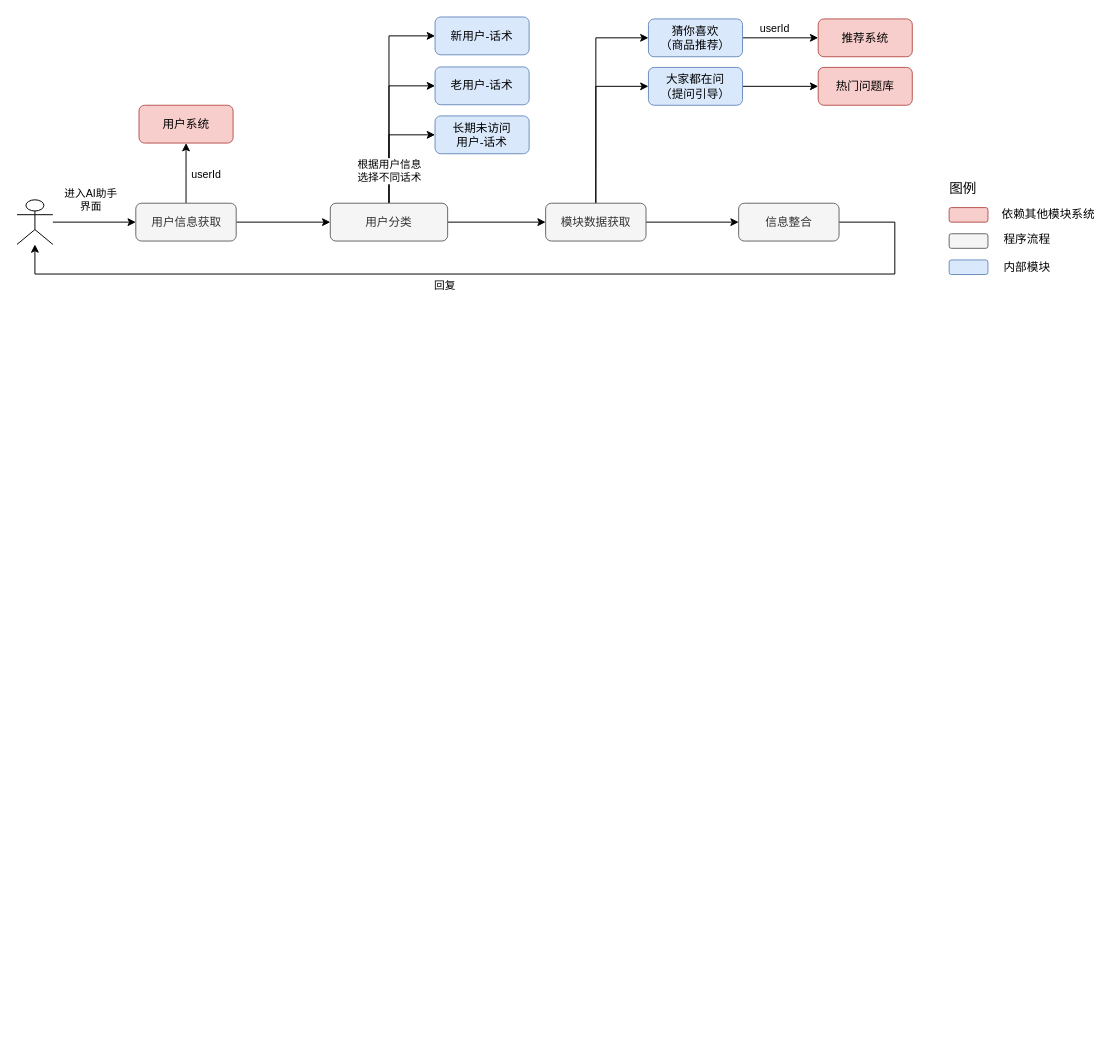
The draw.io diagram page "购物助手" (2 of 2) of AI虚拟电商导购.drawio in joeylin/draw.io, before the edit. Source tidied: cells renumbered, new cells numbered last; positions are measured from the earlier drawing's top-left corner, leaving out a move shared by most shapes. Both pictures are drawn from the tidied source at 97%, with x=0, y=0 at pixel (16, 16).
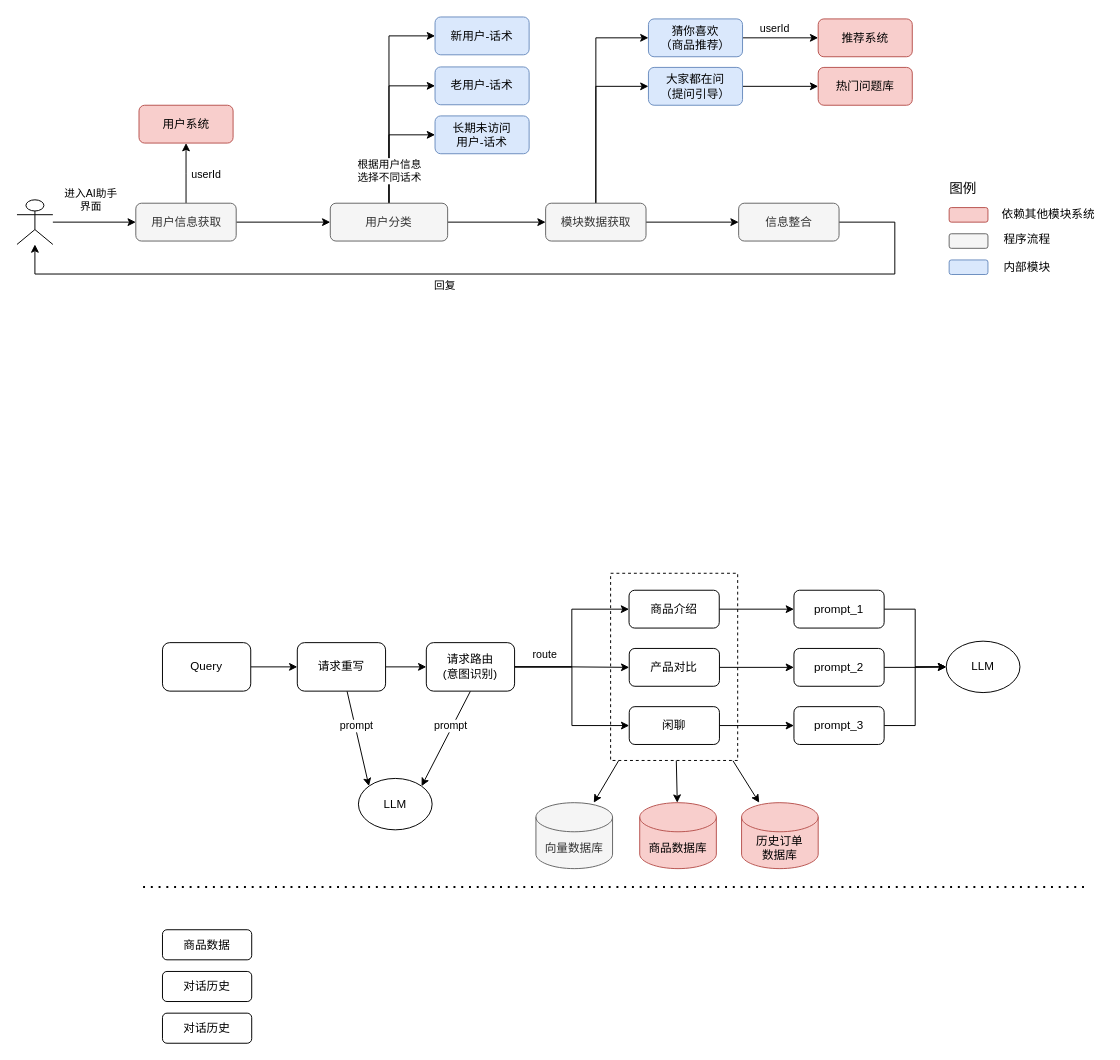
The same diagram, later.

Commit message:
更新AI虚拟电商导购.drawio

What changed in the source:
```diff
@@
+    <mxCell id="40" style="rounded=0;jettySize=auto;html=1;" parent="1" edge="1" source="43" target="67">
+      <mxGeometry relative="1" as="geometry" />
+    </mxCell>
+    <mxCell id="41" style="rounded=0;jettySize=auto;html=1;" parent="1" edge="1" source="43" target="68">
+      <mxGeometry relative="1" as="geometry" />
+    </mxCell>
+    <mxCell id="42" style="rounded=0;jettySize=auto;html=1;" parent="1" edge="1" source="43" target="73">
+      <mxGeometry relative="1" as="geometry" />
+    </mxCell>
+    <mxCell id="43" style="rounded=0;whiteSpace=wrap;html=1;dashed=1;" parent="1" vertex="1">
+      <mxGeometry x="612" y="573.5" width="131" height="193" as="geometry" />
+    </mxCell>
@@
+    <mxCell id="44" style="edgeStyle=orthogonalEdgeStyle;rounded=0;jettySize=auto;html=1;entryX=0;entryY=0.5;entryDx=0;entryDy=0;" parent="1" edge="1" source="47" target="54">
+      <mxGeometry relative="1" as="geometry" />
+    </mxCell>
+    <mxCell id="45" style="rounded=0;jettySize=auto;html=1;entryX=0;entryY=0;entryDx=0;entryDy=0;" parent="1" edge="1" source="47" target="72">
+      <mxGeometry relative="1" as="geometry" />
+    </mxCell>
+    <mxCell id="46" value="prompt" style="edgeLabel;html=1;align=center;verticalAlign=middle;" parent="45" vertex="1">
+      <mxGeometry x="-0.26" y="1" relative="1" as="geometry" />
+    </mxCell>
+    <mxCell id="47" value="请求重写" style="rounded=1;whiteSpace=wrap;html=1;" parent="1" vertex="1">
+      <mxGeometry x="289" y="645" width="91" height="50" as="geometry" />
+    </mxCell>
+    <mxCell id="48" style="edgeStyle=orthogonalEdgeStyle;rounded=0;jettySize=auto;html=1;entryX=0;entryY=0.5;entryDx=0;entryDy=0;" parent="1" edge="1" source="54" target="56">
+      <mxGeometry relative="1" as="geometry" />
+    </mxCell>
+    <mxCell id="49" style="edgeStyle=orthogonalEdgeStyle;rounded=0;jettySize=auto;html=1;entryX=0;entryY=0.5;entryDx=0;entryDy=0;" parent="1" edge="1" source="54" target="58">
+      <mxGeometry relative="1" as="geometry" />
+    </mxCell>
+    <mxCell id="50" style="edgeStyle=orthogonalEdgeStyle;rounded=0;jettySize=auto;html=1;entryX=0;entryY=0.5;entryDx=0;entryDy=0;" parent="1" edge="1" source="54" target="60">
+      <mxGeometry relative="1" as="geometry" />
+    </mxCell>
+    <mxCell id="51" value="route" style="edgeLabel;html=1;align=center;verticalAlign=middle;" parent="50" vertex="1">
+      <mxGeometry x="-0.65" y="2" relative="1" as="geometry">
+        <mxPoint x="-1" y="-12" as="offset" />
+      </mxGeometry>
+    </mxCell>
+    <mxCell id="52" style="rounded=0;jettySize=auto;html=1;entryX=1;entryY=0;entryDx=0;entryDy=0;exitX=0.5;exitY=1;exitDx=0;exitDy=0;" parent="1" edge="1" source="54" target="72">
+      <mxGeometry relative="1" as="geometry" />
+    </mxCell>
+    <mxCell id="53" value="prompt" style="edgeLabel;html=1;align=center;verticalAlign=middle;" parent="52" vertex="1">
+      <mxGeometry x="-0.25" y="-2" relative="1" as="geometry" />
+    </mxCell>
+    <mxCell id="54" value="请求路由&lt;br&gt;(意图识别)" style="rounded=1;whiteSpace=wrap;html=1;" parent="1" vertex="1">
+      <mxGeometry x="422" y="645" width="91" height="50" as="geometry" />
+    </mxCell>
+    <mxCell id="55" style="edgeStyle=orthogonalEdgeStyle;rounded=0;jettySize=auto;html=1;entryX=0;entryY=0.5;entryDx=0;entryDy=0;" parent="1" edge="1" source="56" target="62">
+      <mxGeometry relative="1" as="geometry" />
+    </mxCell>
+    <mxCell id="56" value="商品介绍" style="rounded=1;whiteSpace=wrap;html=1;" parent="1" vertex="1">
+      <mxGeometry x="631" y="591" width="93" height="39" as="geometry" />
+    </mxCell>
+    <mxCell id="57" style="edgeStyle=orthogonalEdgeStyle;rounded=0;jettySize=auto;html=1;entryX=0;entryY=0.5;entryDx=0;entryDy=0;" parent="1" edge="1" source="58" target="64">
+      <mxGeometry relative="1" as="geometry" />
+    </mxCell>
+    <mxCell id="58" value="产品对比" style="rounded=1;whiteSpace=wrap;html=1;" parent="1" vertex="1">
+      <mxGeometry x="631.2" y="651" width="93" height="39" as="geometry" />
+    </mxCell>
+    <mxCell id="59" style="edgeStyle=orthogonalEdgeStyle;rounded=0;jettySize=auto;html=1;entryX=0;entryY=0.5;entryDx=0;entryDy=0;" parent="1" edge="1" source="60" target="70">
+      <mxGeometry relative="1" as="geometry" />
+    </mxCell>
+    <mxCell id="60" value="闲聊" style="rounded=1;whiteSpace=wrap;html=1;" parent="1" vertex="1">
+      <mxGeometry x="631.2" y="711" width="93" height="39" as="geometry" />
+    </mxCell>
+    <mxCell id="61" style="edgeStyle=orthogonalEdgeStyle;rounded=0;jettySize=auto;html=1;entryX=0;entryY=0.5;entryDx=0;entryDy=0;" parent="1" edge="1" source="62" target="71">
+      <mxGeometry relative="1" as="geometry" />
+    </mxCell>
+    <mxCell id="62" value="prompt_1" style="rounded=1;whiteSpace=wrap;html=1;" parent="1" vertex="1">
+      <mxGeometry x="801" y="591" width="93" height="39" as="geometry" />
+    </mxCell>
+    <mxCell id="63" style="edgeStyle=orthogonalEdgeStyle;rounded=0;jettySize=auto;html=1;entryX=0;entryY=0.5;entryDx=0;entryDy=0;" parent="1" edge="1" source="64" target="71">
+      <mxGeometry relative="1" as="geometry" />
+    </mxCell>
+    <mxCell id="64" value="prompt_2" style="rounded=1;whiteSpace=wrap;html=1;" parent="1" vertex="1">
+      <mxGeometry x="801" y="651" width="93" height="39" as="geometry" />
+    </mxCell>
+    <mxCell id="65" style="edgeStyle=orthogonalEdgeStyle;rounded=0;jettySize=auto;html=1;" parent="1" edge="1" source="66" target="47">
+      <mxGeometry relative="1" as="geometry" />
+    </mxCell>
+    <mxCell id="66" value="Query" style="rounded=1;whiteSpace=wrap;html=1;" parent="1" vertex="1">
+      <mxGeometry x="150" y="645" width="91" height="50" as="geometry" />
+    </mxCell>
+    <mxCell id="67" value="商品数据库" style="shape=cylinder3;whiteSpace=wrap;html=1;boundedLbl=1;backgroundOutline=1;size=15;fillColor=#f8cecc;strokeColor=#b85450;" parent="1" vertex="1">
+      <mxGeometry x="642" y="810" width="79" height="68" as="geometry" />
+    </mxCell>
+    <mxCell id="68" value="历史订单&lt;div&gt;数据库&lt;/div&gt;" style="shape=cylinder3;whiteSpace=wrap;html=1;boundedLbl=1;backgroundOutline=1;size=15;fillColor=#f8cecc;strokeColor=#b85450;" parent="1" vertex="1">
+      <mxGeometry x="747" y="810" width="79" height="68" as="geometry" />
+    </mxCell>
+    <mxCell id="69" style="edgeStyle=orthogonalEdgeStyle;rounded=0;jettySize=auto;html=1;entryX=0;entryY=0.5;entryDx=0;entryDy=0;" parent="1" edge="1" source="70" target="71">
+      <mxGeometry relative="1" as="geometry" />
+    </mxCell>
+    <mxCell id="70" value="prompt_3" style="rounded=1;whiteSpace=wrap;html=1;" parent="1" vertex="1">
+      <mxGeometry x="801" y="711" width="93" height="39" as="geometry" />
+    </mxCell>
+    <mxCell id="71" value="LLM" style="ellipse;whiteSpace=wrap;html=1;" parent="1" vertex="1">
+      <mxGeometry x="958" y="643.5" width="76" height="53" as="geometry" />
+    </mxCell>
+    <mxCell id="72" value="LLM" style="ellipse;whiteSpace=wrap;html=1;" parent="1" vertex="1">
+      <mxGeometry x="352" y="785" width="76" height="53" as="geometry" />
+    </mxCell>
+    <mxCell id="73" value="向量数据库" style="shape=cylinder3;whiteSpace=wrap;html=1;boundedLbl=1;backgroundOutline=1;size=15;fillColor=#f5f5f5;fontColor=#333333;strokeColor=#666666;" parent="1" vertex="1">
+      <mxGeometry x="535" y="810" width="79" height="68" as="geometry" />
+    </mxCell>
+    <mxCell id="74" style="endArrow=none;dashed=1;html=1;dashPattern=1 3;strokeWidth=2;rounded=0;" parent="1" edge="1">
+      <mxGeometry relative="1" as="geometry">
+        <mxPoint x="130" y="897" as="sourcePoint" />
+        <mxPoint x="1100" y="897" as="targetPoint" />
+      </mxGeometry>
+    </mxCell>
+    <mxCell id="75" value="商品数据" style="rounded=1;whiteSpace=wrap;html=1;" parent="1" vertex="1">
+      <mxGeometry x="150" y="941" width="92" height="31" as="geometry" />
+    </mxCell>
+    <mxCell id="76" value="对话历史" style="rounded=1;whiteSpace=wrap;html=1;" parent="1" vertex="1">
+      <mxGeometry x="150" y="984" width="92" height="31" as="geometry" />
+    </mxCell>
+    <mxCell id="77" value="对话历史" style="rounded=1;whiteSpace=wrap;html=1;" parent="1" vertex="1">
+      <mxGeometry x="150" y="1027" width="92" height="31" as="geometry" />
+    </mxCell>
```
